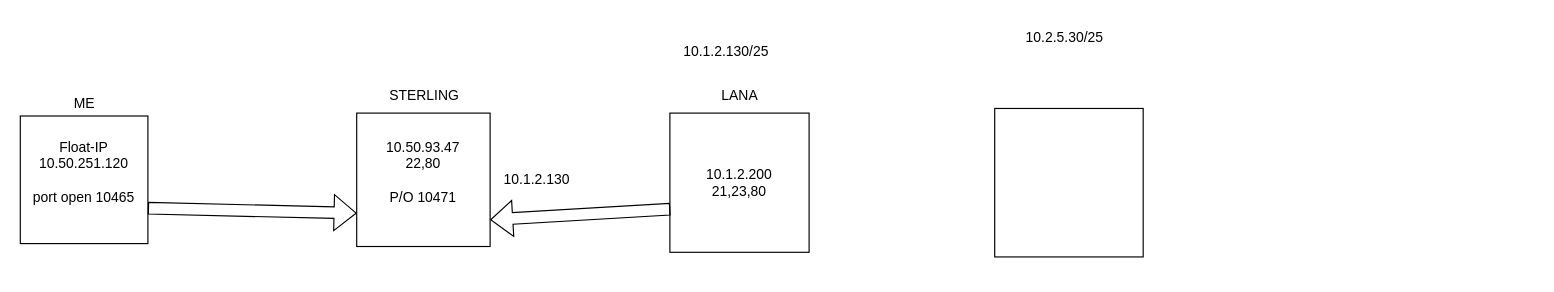
Above: Untitled Diagram.drawio in conrod12/networking (draw.io), before the change. Source tidied: cells renumbered, new cells numbered last; positions are measured from the earlier drawing's top-left corner, leaving out a move shared by most shapes. Both pictures are drawn from the tidied source at 116%, with x=0, y=0 at pixel (20, 20).
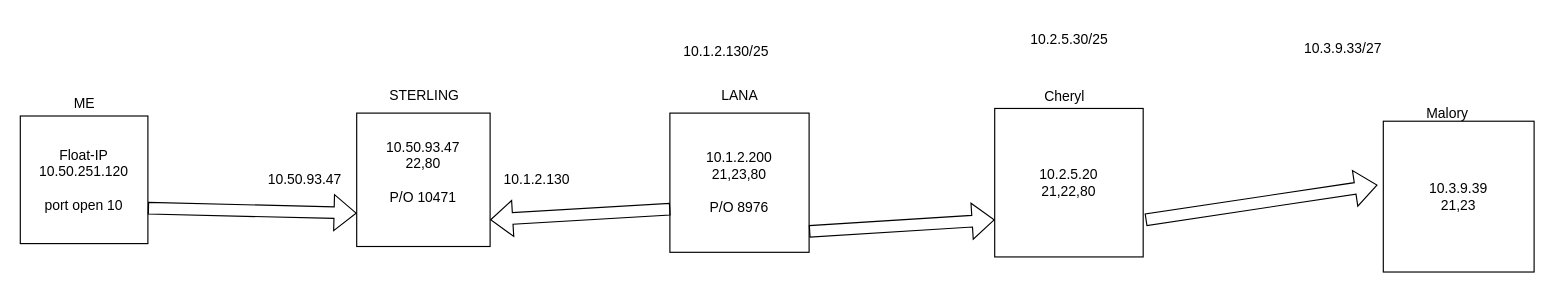
After the change.

What changed in the source:
```diff
@@
-    <mxCell id="2" value="&lt;div&gt;Float-IP&lt;/div&gt;&lt;div&gt;10.50.251.120&lt;/div&gt;&lt;div&gt;&lt;br&gt;&lt;/div&gt;&lt;div&gt;port open 10465&lt;/div&gt;&lt;div&gt;&lt;br&gt;&lt;/div&gt;" style="whiteSpace=wrap;html=1;" parent="1" vertex="1">
+    <mxCell id="2" value="&lt;div&gt;Float-IP&lt;/div&gt;&lt;div&gt;10.50.251.120&lt;/div&gt;&lt;div&gt;&lt;br&gt;&lt;/div&gt;&lt;div&gt;port open 10&lt;/div&gt;" style="whiteSpace=wrap;html=1;" parent="1" vertex="1">
       <mxGeometry y="82.5" width="110" height="110" as="geometry" />
     </mxCell>
@@
-    <mxCell id="7" value="10.1.2.200&lt;div&gt;21,23,80&lt;/div&gt;" style="whiteSpace=wrap;html=1;" parent="1" vertex="1">
+    <mxCell id="7" value="10.1.2.200&lt;div&gt;21,23,80&lt;/div&gt;&lt;div&gt;&lt;br&gt;&lt;/div&gt;&lt;div&gt;P/O 8976&lt;/div&gt;" style="whiteSpace=wrap;html=1;" parent="1" vertex="1">
       <mxGeometry x="560" y="80" width="120" height="120" as="geometry" />
     </mxCell>
@@
-    <mxCell id="10" style="whiteSpace=wrap;html=1;" parent="1" vertex="1">
+    <mxCell id="10" value="10.2.5.20&lt;div&gt;21,22,80&lt;/div&gt;" style="whiteSpace=wrap;html=1;" parent="1" vertex="1">
       <mxGeometry x="840" y="76" width="128" height="128" as="geometry" />
     </mxCell>
     <mxCell id="11" value="10.2.5.30/25" style="text;html=1;align=center;verticalAlign=middle;strokeColor=none;fillColor=none;" parent="1" vertex="1">
-      <mxGeometry x="855" width="90" height="30" as="geometry" />
+      <mxGeometry x="859" y="2" width="90" height="30" as="geometry" />
     </mxCell>
@@
+    <mxCell id="14" value="10.50.93.47" style="text;html=1;align=center;verticalAlign=middle;strokeColor=none;fillColor=none;" parent="1" vertex="1">
+      <mxGeometry x="200" y="122.5" width="90" height="30" as="geometry" />
+    </mxCell>
+    <mxCell id="15" value="Cheryl" style="text;html=1;align=center;verticalAlign=middle;strokeColor=none;fillColor=none;" parent="1" vertex="1">
+      <mxGeometry x="870" y="51" width="60" height="30" as="geometry" />
+    </mxCell>
+    <mxCell id="16" style="shape=flexArrow;endArrow=classic;html=1;rounded=0;entryX=0;entryY=0.75;entryDx=0;entryDy=0;" parent="1" edge="1" target="10">
+      <mxGeometry relative="1" as="geometry">
+        <mxPoint x="680" y="182" as="sourcePoint" />
+      </mxGeometry>
+    </mxCell>
+    <mxCell id="17" value="10.3.9.39&lt;div&gt;21,23&lt;/div&gt;" style="whiteSpace=wrap;html=1;" parent="1" vertex="1">
+      <mxGeometry x="1175" y="87" width="130" height="130" as="geometry" />
+    </mxCell>
+    <mxCell id="18" value="10.3.9.33/27" style="text;html=1;align=center;verticalAlign=middle;strokeColor=none;fillColor=none;" parent="1" vertex="1">
+      <mxGeometry x="1095" y="10" width="90" height="30" as="geometry" />
+    </mxCell>
+    <mxCell id="19" value="Malory" style="text;html=1;align=center;verticalAlign=middle;strokeColor=none;fillColor=none;" parent="1" vertex="1">
+      <mxGeometry x="1200" y="66" width="60" height="30" as="geometry" />
+    </mxCell>
+    <mxCell id="20" style="shape=flexArrow;endArrow=classic;html=1;rounded=0;" parent="1" edge="1">
+      <mxGeometry relative="1" as="geometry">
+        <mxPoint x="970" y="172" as="sourcePoint" />
+        <mxPoint x="1170" y="142" as="targetPoint" />
+      </mxGeometry>
+    </mxCell>
```
